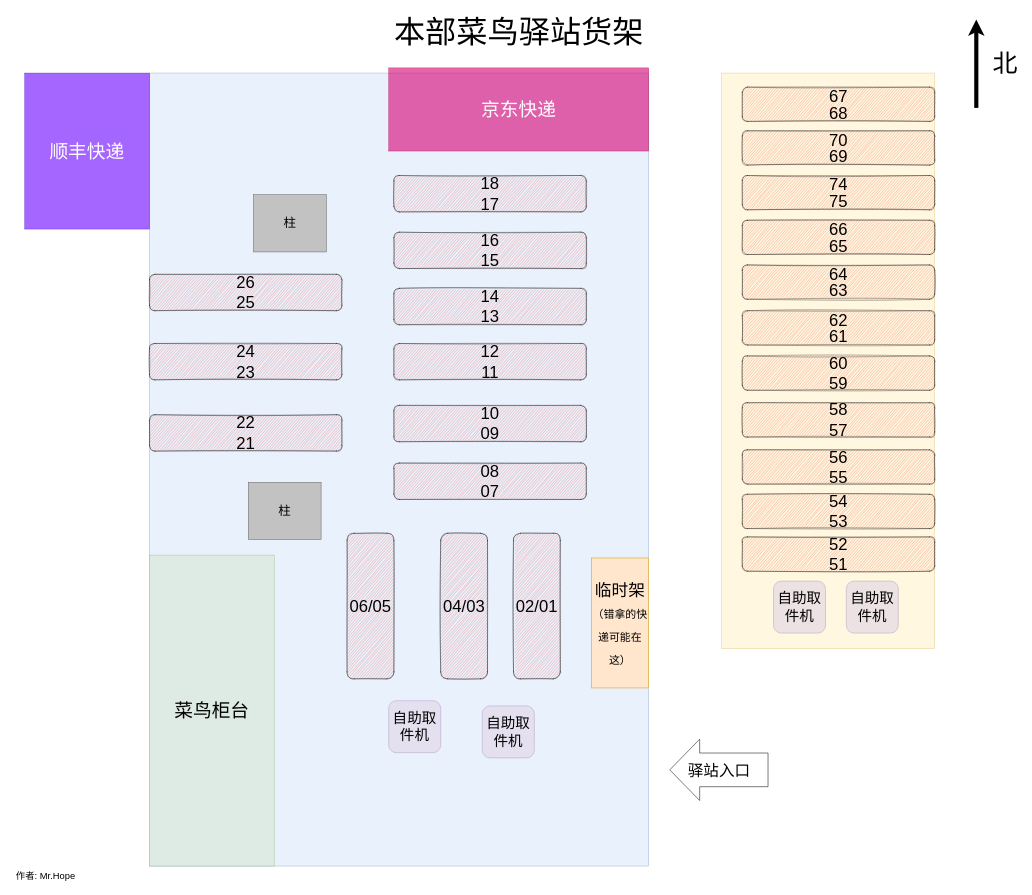
Before: img/express/benbu.drawio in inNENU/2023-resource, a draw.io diagram. Source tidied: cells renumbered, new cells numbered last; positions are measured from the earlier drawing's top-left corner, leaving out a move shared by most shapes. Both pictures are drawn from the tidied source at 52%, with x=0, y=0 at pixel (9, 9).
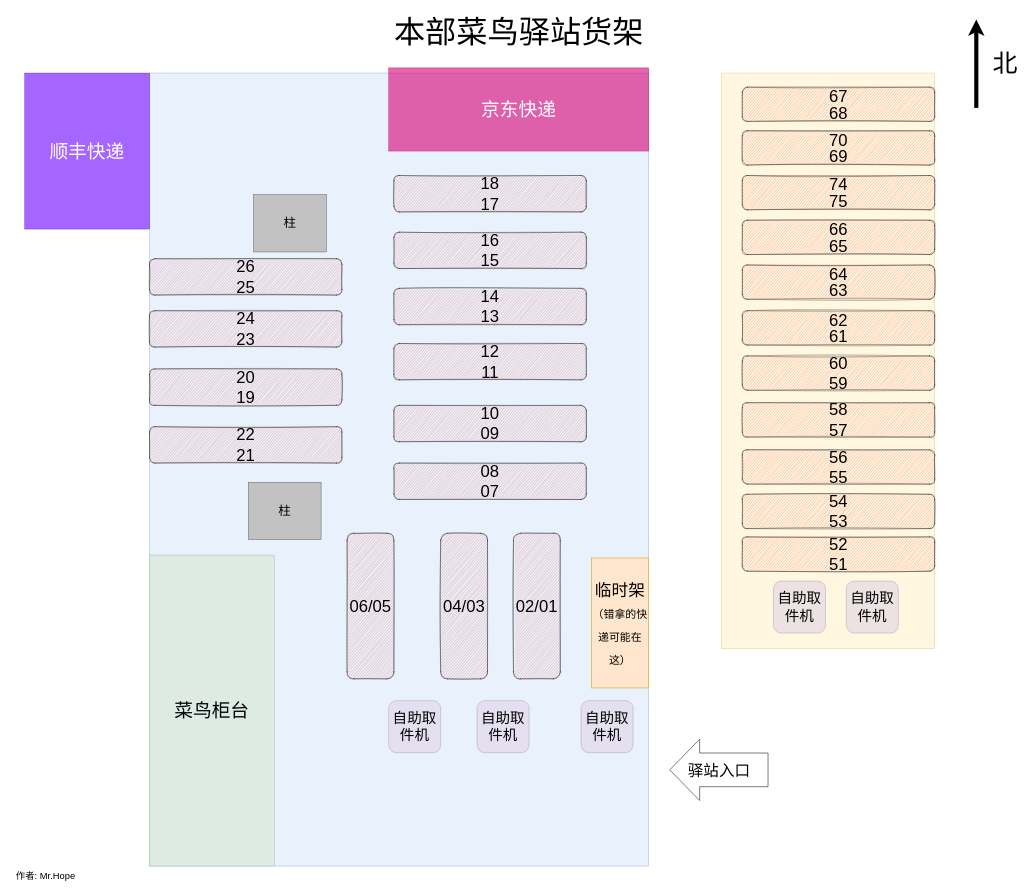
After the change.

Diff of the diagram source:
```diff
@@
     <mxCell id="24" value="22&lt;br style=&quot;font-size: 32px;&quot;&gt;21" style="rounded=1;whiteSpace=wrap;html=1;shadow=0;glass=0;sketch=1;fillStyle=auto;fontSize=32;fontColor=none;fillColor=#E85642;gradientColor=none;opacity=60;spacing=2;" parent="1" vertex="1">
-      <mxGeometry x="270" y="780" width="370" height="70" as="geometry" />
+      <mxGeometry x="270" y="803" width="370" height="70" as="geometry" />
     </mxCell>
     <mxCell id="25" value="24&lt;br style=&quot;font-size: 32px;&quot;&gt;23" style="rounded=1;whiteSpace=wrap;html=1;shadow=0;glass=0;sketch=1;fillStyle=auto;fontSize=32;fontColor=none;fillColor=#E85642;gradientColor=none;opacity=60;spacing=2;" parent="1" vertex="1">
-      <mxGeometry x="270" y="643" width="370" height="70" as="geometry" />
+      <mxGeometry x="270" y="580" width="370" height="70" as="geometry" />
     </mxCell>
     <mxCell id="26" value="26&lt;br style=&quot;font-size: 32px;&quot;&gt;25" style="rounded=1;whiteSpace=wrap;html=1;shadow=0;glass=0;sketch=1;fillStyle=auto;fontSize=32;fontColor=none;fillColor=#E85642;gradientColor=none;opacity=60;spacing=2;" parent="1" vertex="1">
-      <mxGeometry x="270" y="510" width="370" height="70" as="geometry" />
+      <mxGeometry x="270" y="480" width="370" height="70" as="geometry" />
     </mxCell>
@@
     <mxCell id="43" value="自助取件机" style="rounded=1;whiteSpace=wrap;html=1;shadow=0;glass=0;sketch=0;fillStyle=auto;fontSize=28;fillColor=#e1d5e7;opacity=60;strokeColor=#9673a6;" parent="1" vertex="1">
-      <mxGeometry x="910" y="1340" width="100" height="100" as="geometry" />
+      <mxGeometry x="900" y="1330" width="100" height="100" as="geometry" />
     </mxCell>
+    <mxCell id="44" value="20&lt;br&gt;19" style="rounded=1;whiteSpace=wrap;html=1;shadow=0;glass=0;sketch=1;fillStyle=auto;fontSize=32;fontColor=none;fillColor=#E85642;gradientColor=none;opacity=60;spacing=2;" parent="1" vertex="1">
+      <mxGeometry x="270" y="692" width="370" height="70" as="geometry" />
+    </mxCell>
+    <mxCell id="45" value="自助取件机" style="rounded=1;whiteSpace=wrap;html=1;shadow=0;glass=0;sketch=0;fillStyle=auto;fontSize=28;fillColor=#e1d5e7;opacity=60;strokeColor=#9673a6;" parent="1" vertex="1">
+      <mxGeometry x="1100" y="1330" width="100" height="100" as="geometry" />
+    </mxCell>
```
